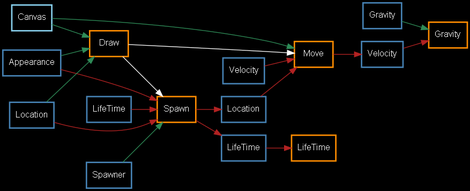
This is ESLConsole/test.png from BenzzzX/NESL, a Graphviz export, as it was before one commit. Its source is kept beside it as ESLConsole/test.gv.
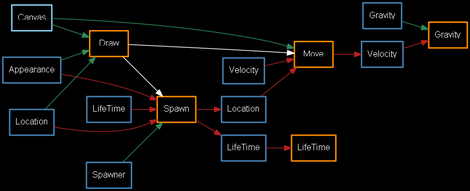
After the change.

Diff of the diagram source:
```diff
@@ -8,8 +8,8 @@
 "Draw" [label="Draw", style=bold, color=darkorange]
 "Move" [label="Move", style=bold, color=darkorange]
 "LifeTime" [label="LifeTime", style=bold, color=darkorange]
+"Spawn" [label="Spawn", style=bold, color=darkorange]
 "Gravity" [label="Gravity", style=bold, color=darkorange]
-"Spawn" [label="Spawn", style=bold, color=darkorange]
 
 "Draw" -> { "Move" } [color=white]
 "Draw" -> { "Spawn" } [color=white]
@@ -28,10 +28,10 @@
 "Velocity0" [label="Velocity", style=bold, color= steelblue]
 "Velocity0" -> { } [color=seagreen]
 "Velocity0" -> { "Move" } [color=firebrick]
+"Spawner0" [label="Spawner", style=bold, color= steelblue]
+"Spawner0" -> { "Spawn" } [color=seagreen]
 "Gravity0" [label="Gravity", style=bold, color= steelblue]
 "Gravity0" -> { "Gravity" } [color=seagreen]
-"Spawner0" [label="Spawner", style=bold, color= steelblue]
-"Spawner0" -> { "Spawn" } [color=seagreen]
 "LifeTime1" [label="LifeTime", style=bold, color= steelblue]
 "LifeTime1" -> { } [color=seagreen]
 "LifeTime1" -> { "LifeTime" } [color=firebrick]
```
